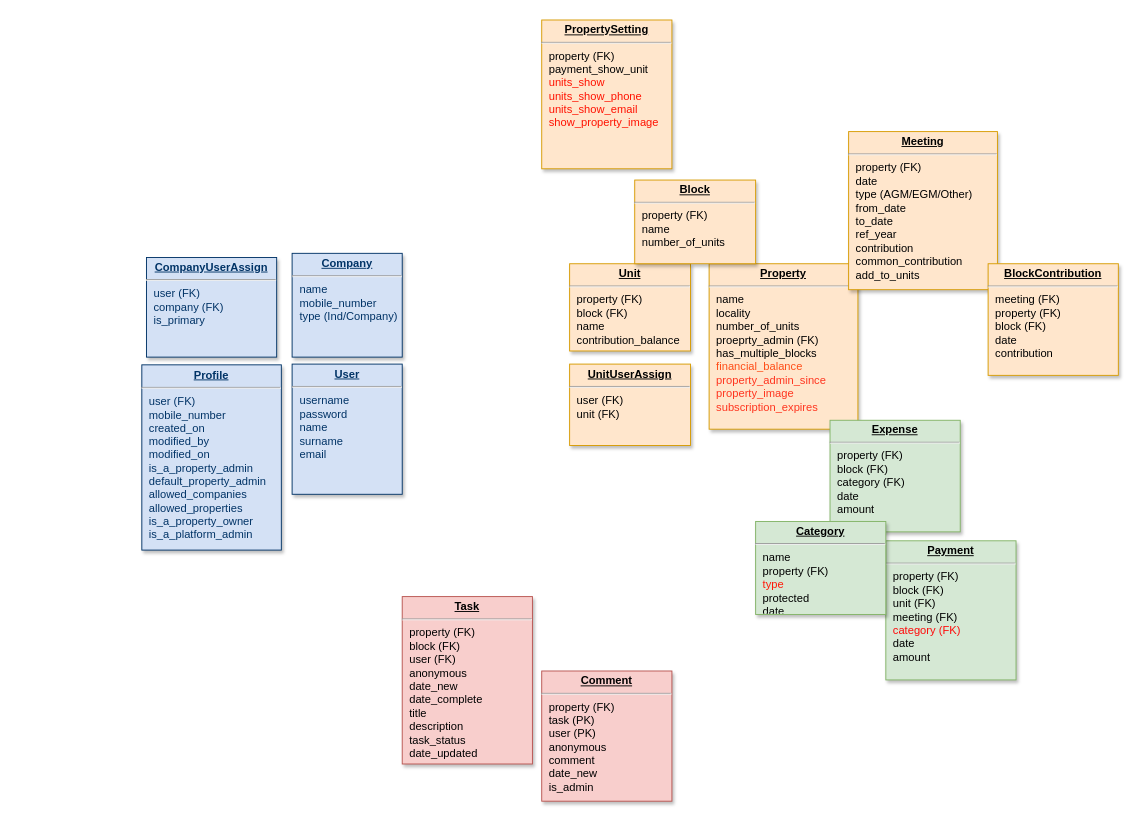
Above: Untitled Diagram.drawio in gilubilu/hello-world (draw.io), before the change. Source tidied: cells renumbered, new cells numbered last; positions are measured from the earlier drawing's top-left corner, leaving out a move shared by most shapes. Both pictures are drawn from the tidied source at 93%, with x=0, y=0 at pixel (141, 20).
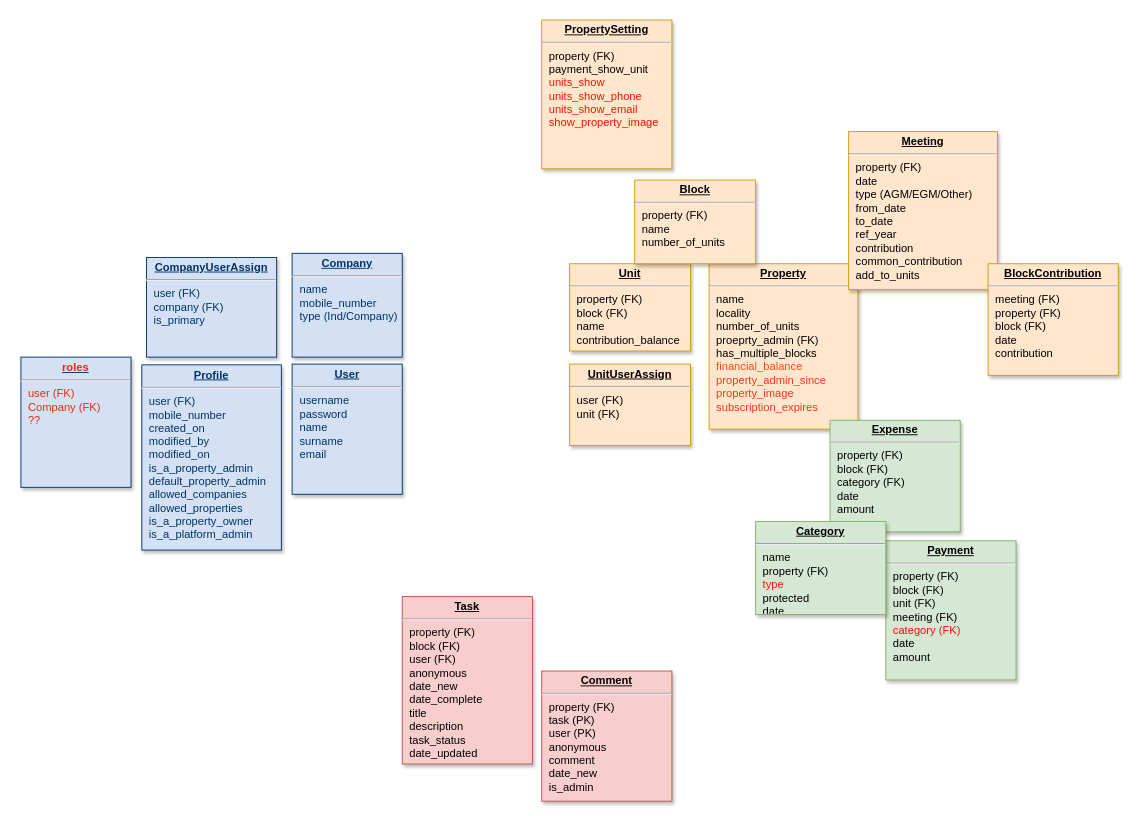
Above is the later version.

What changed in the source:
```diff
@@
 <mxGraphModel background="#ffffff">
   <root>
     <mxCell id="0" />
     <mxCell id="1" parent="0" />
     <mxCell id="2" value="&lt;p style=&quot;margin: 0px ; margin-top: 4px ; text-align: center ; text-decoration: underline&quot;&gt;&lt;b&gt;UnitUserAssign&lt;/b&gt;&lt;/p&gt;&lt;hr&gt;&lt;p style=&quot;margin: 0px ; margin-left: 8px&quot;&gt;user (FK)&lt;/p&gt;&lt;p style=&quot;margin: 0px ; margin-left: 8px&quot;&gt;unit (FK)&lt;/p&gt;" style="verticalAlign=top;align=left;overflow=fill;fontSize=12;fontFamily=Helvetica;html=1;strokeColor=#d79b00;shadow=1;fillColor=#ffe6cc;" parent="1" vertex="1">
       <mxGeometry x="460" y="370" width="130" height="87.5" as="geometry" />
     </mxCell>
     <mxCell id="3" value="&lt;p style=&quot;margin: 0px ; margin-top: 4px ; text-align: center ; text-decoration: underline&quot;&gt;&lt;strong&gt;Unit&lt;/strong&gt;&lt;/p&gt;&lt;hr&gt;&lt;p style=&quot;margin: 0px ; margin-left: 8px&quot;&gt;property (FK)&lt;/p&gt;&lt;p style=&quot;margin: 0px ; margin-left: 8px&quot;&gt;block (FK)&lt;/p&gt;&lt;p style=&quot;margin: 0px ; margin-left: 8px&quot;&gt;name&lt;/p&gt;&lt;p style=&quot;margin: 0px ; margin-left: 8px&quot;&gt;&lt;span&gt;contribution_balance&lt;/span&gt;&lt;br&gt;&lt;/p&gt;&lt;p style=&quot;margin: 0px ; margin-left: 8px&quot;&gt;&lt;br&gt;&lt;/p&gt;" style="verticalAlign=top;align=left;overflow=fill;fontSize=12;fontFamily=Helvetica;html=1;strokeColor=#d79b00;shadow=1;fillColor=#ffe6cc;" parent="1" vertex="1">
       <mxGeometry x="460" y="262.1" width="130" height="93.8" as="geometry" />
     </mxCell>
     <mxCell id="4" value="&lt;p style=&quot;margin: 0px ; margin-top: 4px ; text-align: center ; text-decoration: underline&quot;&gt;&lt;strong&gt;Property&lt;/strong&gt;&lt;/p&gt;&lt;hr&gt;&lt;p style=&quot;margin: 0px ; margin-left: 8px&quot;&gt;name&lt;/p&gt;&lt;p style=&quot;margin: 0px ; margin-left: 8px&quot;&gt;locality&lt;/p&gt;&lt;p style=&quot;margin: 0px ; margin-left: 8px&quot;&gt;number_of_units&lt;/p&gt;&lt;p style=&quot;margin: 0px ; margin-left: 8px&quot;&gt;proeprty_admin (FK)&lt;/p&gt;&lt;p style=&quot;margin: 0px ; margin-left: 8px&quot;&gt;&lt;span&gt;has_multiple_blocks&lt;/span&gt;&lt;br&gt;&lt;/p&gt;&lt;p style=&quot;margin: 0px ; margin-left: 8px&quot;&gt;&lt;font color=&quot;#ff4d17&quot;&gt;financial_balance&lt;/font&gt;&lt;/p&gt;&lt;p style=&quot;margin: 0px ; margin-left: 8px&quot;&gt;&lt;font color=&quot;#ff351f&quot;&gt;property_admin_since&lt;/font&gt;&lt;font color=&quot;#ff4d17&quot;&gt;&lt;br&gt;&lt;/font&gt;&lt;/p&gt;&lt;p style=&quot;margin: 0px ; margin-left: 8px&quot;&gt;&lt;font color=&quot;#ff351f&quot;&gt;property_image&lt;/font&gt;&lt;/p&gt;&lt;p style=&quot;margin: 0px ; margin-left: 8px&quot;&gt;&lt;font color=&quot;#ff351f&quot;&gt;subscription_expires&lt;/font&gt;&lt;/p&gt;" style="verticalAlign=top;align=left;overflow=fill;fontSize=12;fontFamily=Helvetica;html=1;strokeColor=#d79b00;shadow=1;fillColor=#ffe6cc;" parent="1" vertex="1">
       <mxGeometry x="610" y="262.1" width="160" height="177.9" as="geometry" />
     </mxCell>
     <mxCell id="5" value="&lt;p style=&quot;margin: 0px ; margin-top: 4px ; text-align: center ; text-decoration: underline&quot;&gt;&lt;strong&gt;Profile&lt;/strong&gt;&lt;/p&gt;&lt;hr&gt;&lt;p style=&quot;margin: 0px ; margin-left: 8px&quot;&gt;user (FK)&lt;/p&gt;&lt;p style=&quot;margin: 0px ; margin-left: 8px&quot;&gt;mobile_number&lt;/p&gt;&lt;p style=&quot;margin: 0px ; margin-left: 8px&quot;&gt;created_on&lt;/p&gt;&lt;p style=&quot;margin: 0px ; margin-left: 8px&quot;&gt;modified_by&lt;/p&gt;&lt;p style=&quot;margin: 0px ; margin-left: 8px&quot;&gt;modified_on&lt;/p&gt;&lt;p style=&quot;margin: 0px ; margin-left: 8px&quot;&gt;is_a_property_admin&lt;/p&gt;&lt;p style=&quot;margin: 0px ; margin-left: 8px&quot;&gt;default_property_admin&lt;br&gt;&lt;/p&gt;&lt;p style=&quot;margin: 0px ; margin-left: 8px&quot;&gt;allowed_companies&lt;/p&gt;&lt;p style=&quot;margin: 0px ; margin-left: 8px&quot;&gt;allowed_properties&lt;/p&gt;&lt;p style=&quot;margin: 0px ; margin-left: 8px&quot;&gt;is_a_property_owner&lt;/p&gt;&lt;p style=&quot;margin: 0px ; margin-left: 8px&quot;&gt;is_a_platform_admin&lt;/p&gt;" style="verticalAlign=top;align=left;overflow=fill;fontSize=12;fontFamily=Helvetica;html=1;strokeColor=#003366;shadow=1;fillColor=#D4E1F5;fontColor=#003366;direction=west;" parent="1" vertex="1">
       <mxGeometry y="370.8" width="150" height="199.2" as="geometry" />
     </mxCell>
     <mxCell id="6" value="&lt;p style=&quot;margin: 0px ; margin-top: 4px ; text-align: center ; text-decoration: underline&quot;&gt;&lt;b&gt;User&lt;/b&gt;&lt;/p&gt;&lt;hr&gt;&lt;p style=&quot;margin: 0px ; margin-left: 8px&quot;&gt;username&lt;/p&gt;&lt;p style=&quot;margin: 0px ; margin-left: 8px&quot;&gt;password&lt;/p&gt;&lt;p style=&quot;margin: 0px ; margin-left: 8px&quot;&gt;name&lt;/p&gt;&lt;p style=&quot;margin: 0px ; margin-left: 8px&quot;&gt;surname&lt;/p&gt;&lt;p style=&quot;margin: 0px ; margin-left: 8px&quot;&gt;email&lt;/p&gt;" style="verticalAlign=top;align=left;overflow=fill;fontSize=12;fontFamily=Helvetica;html=1;strokeColor=#003366;shadow=1;fillColor=#D4E1F5;fontColor=#003366;direction=south;" parent="1" vertex="1">
       <mxGeometry x="161.6" y="370" width="118.4" height="140" as="geometry" />
     </mxCell>
     <mxCell id="7" value="&lt;p style=&quot;margin: 0px ; margin-top: 4px ; text-align: center ; text-decoration: underline&quot;&gt;&lt;b&gt;Company&lt;/b&gt;&lt;/p&gt;&lt;hr&gt;&lt;p style=&quot;margin: 0px ; margin-left: 8px&quot;&gt;name&lt;/p&gt;&lt;p style=&quot;margin: 0px ; margin-left: 8px&quot;&gt;mobile_number&lt;/p&gt;&lt;p style=&quot;margin: 0px ; margin-left: 8px&quot;&gt;type (Ind/Company)&lt;/p&gt;" style="verticalAlign=top;align=left;overflow=fill;fontSize=12;fontFamily=Helvetica;html=1;strokeColor=#003366;shadow=1;fillColor=#D4E1F5;fontColor=#003366;direction=south;" parent="1" vertex="1">
       <mxGeometry x="161.6" y="250.9" width="118.4" height="111.6" as="geometry" />
     </mxCell>
     <mxCell id="8" value="&lt;p style=&quot;margin: 0px ; margin-top: 4px ; text-align: center ; text-decoration: underline&quot;&gt;&lt;b&gt;CompanyUserAssign&lt;/b&gt;&lt;/p&gt;&lt;hr&gt;&lt;p style=&quot;margin: 0px ; margin-left: 8px&quot;&gt;user (FK)&lt;/p&gt;&lt;p style=&quot;margin: 0px ; margin-left: 8px&quot;&gt;company (FK)&lt;/p&gt;&lt;p style=&quot;margin: 0px ; margin-left: 8px&quot;&gt;is_primary&lt;/p&gt;" style="verticalAlign=top;align=left;overflow=fill;fontSize=12;fontFamily=Helvetica;html=1;strokeColor=#003366;shadow=1;fillColor=#D4E1F5;fontColor=#003366;direction=east;" parent="1" vertex="1">
       <mxGeometry x="5" y="255.4" width="140" height="107.1" as="geometry" />
     </mxCell>
     <mxCell id="9" value="&lt;p style=&quot;margin: 0px ; margin-top: 4px ; text-align: center ; text-decoration: underline&quot;&gt;&lt;strong&gt;Meeting&lt;/strong&gt;&lt;/p&gt;&lt;hr&gt;&lt;p style=&quot;margin: 0px ; margin-left: 8px&quot;&gt;property (FK)&lt;/p&gt;&lt;p style=&quot;margin: 0px ; margin-left: 8px&quot;&gt;date&lt;/p&gt;&lt;p style=&quot;margin: 0px ; margin-left: 8px&quot;&gt;type (AGM/EGM/Other)&lt;/p&gt;&lt;p style=&quot;margin: 0px ; margin-left: 8px&quot;&gt;from_date&lt;/p&gt;&lt;p style=&quot;margin: 0px ; margin-left: 8px&quot;&gt;to_date&lt;/p&gt;&lt;p style=&quot;margin: 0px ; margin-left: 8px&quot;&gt;ref_year&lt;/p&gt;&lt;p style=&quot;margin: 0px ; margin-left: 8px&quot;&gt;contribution&lt;/p&gt;&lt;p style=&quot;margin: 0px ; margin-left: 8px&quot;&gt;common_contribution&lt;/p&gt;&lt;p style=&quot;margin: 0px ; margin-left: 8px&quot;&gt;add_to_units&lt;/p&gt;" style="verticalAlign=top;align=left;overflow=fill;fontSize=12;fontFamily=Helvetica;html=1;strokeColor=#d79b00;shadow=1;fillColor=#ffe6cc;direction=west;" parent="1" vertex="1">
       <mxGeometry x="760" y="120" width="160" height="170" as="geometry" />
     </mxCell>
     <mxCell id="10" value="&lt;p style=&quot;margin: 0px ; margin-top: 4px ; text-align: center ; text-decoration: underline&quot;&gt;&lt;strong&gt;BlockContribution&lt;/strong&gt;&lt;/p&gt;&lt;hr&gt;&lt;p style=&quot;margin: 0px ; margin-left: 8px&quot;&gt;meeting (FK)&lt;/p&gt;&lt;p style=&quot;margin: 0px ; margin-left: 8px&quot;&gt;property (FK)&lt;/p&gt;&lt;p style=&quot;margin: 0px ; margin-left: 8px&quot;&gt;block (FK)&lt;/p&gt;&lt;p style=&quot;margin: 0px ; margin-left: 8px&quot;&gt;date&lt;/p&gt;&lt;p style=&quot;margin: 0px ; margin-left: 8px&quot;&gt;contribution&lt;br&gt;&lt;/p&gt;" style="verticalAlign=top;align=left;overflow=fill;fontSize=12;fontFamily=Helvetica;html=1;strokeColor=#d79b00;shadow=1;fillColor=#ffe6cc;direction=west;" parent="1" vertex="1">
       <mxGeometry x="910" y="262.1" width="140" height="120" as="geometry" />
     </mxCell>
     <mxCell id="11" value="&lt;p style=&quot;margin: 0px ; margin-top: 4px ; text-align: center ; text-decoration: underline&quot;&gt;&lt;strong&gt;Block&lt;/strong&gt;&lt;/p&gt;&lt;hr&gt;&lt;p style=&quot;margin: 0px ; margin-left: 8px&quot;&gt;property (FK)&lt;/p&gt;&lt;p style=&quot;margin: 0px ; margin-left: 8px&quot;&gt;name&lt;/p&gt;&lt;p style=&quot;margin: 0px ; margin-left: 8px&quot;&gt;number_of_units&lt;/p&gt;&lt;p style=&quot;margin: 0px ; margin-left: 8px&quot;&gt;&lt;br&gt;&lt;/p&gt;" style="verticalAlign=top;align=left;overflow=fill;fontSize=12;fontFamily=Helvetica;html=1;strokeColor=#d79b00;shadow=1;fillColor=#ffe6cc;direction=west;" parent="1" vertex="1">
       <mxGeometry x="530" y="172.1" width="130" height="90" as="geometry" />
     </mxCell>
     <mxCell id="12" value="&lt;p style=&quot;margin: 0px ; margin-top: 4px ; text-align: center ; text-decoration: underline&quot;&gt;&lt;strong&gt;Payment&lt;/strong&gt;&lt;/p&gt;&lt;hr&gt;&lt;p style=&quot;margin: 0px ; margin-left: 8px&quot;&gt;&lt;span&gt;property (FK)&lt;/span&gt;&lt;br&gt;&lt;/p&gt;&lt;p style=&quot;margin: 0px ; margin-left: 8px&quot;&gt;&lt;span&gt;block (FK)&lt;/span&gt;&lt;/p&gt;&lt;p style=&quot;margin: 0px ; margin-left: 8px&quot;&gt;&lt;span&gt;unit (FK)&lt;/span&gt;&lt;/p&gt;&lt;p style=&quot;margin: 0px ; margin-left: 8px&quot;&gt;meeting (FK)&lt;/p&gt;&lt;p style=&quot;margin: 0px ; margin-left: 8px&quot;&gt;&lt;font color=&quot;#ff0a0a&quot;&gt;category (FK)&lt;/font&gt;&lt;/p&gt;&lt;p style=&quot;margin: 0px ; margin-left: 8px&quot;&gt;date&lt;span&gt;&lt;br&gt;&lt;/span&gt;&lt;/p&gt;&lt;p style=&quot;margin: 0px ; margin-left: 8px&quot;&gt;&lt;span&gt;amount&lt;/span&gt;&lt;/p&gt;" style="verticalAlign=top;align=left;overflow=fill;fontSize=12;fontFamily=Helvetica;html=1;strokeColor=#82b366;shadow=1;fillColor=#d5e8d4;direction=west;" parent="1" vertex="1">
       <mxGeometry x="800" y="560" width="140" height="149.6" as="geometry" />
     </mxCell>
     <mxCell id="13" value="&lt;p style=&quot;margin: 0px ; margin-top: 4px ; text-align: center ; text-decoration: underline&quot;&gt;&lt;strong&gt;Expense&lt;/strong&gt;&lt;/p&gt;&lt;hr&gt;&lt;p style=&quot;margin: 0px ; margin-left: 8px&quot;&gt;&lt;span&gt;property (FK)&lt;/span&gt;&lt;/p&gt;&lt;p style=&quot;margin: 0px ; margin-left: 8px&quot;&gt;&lt;span&gt;block (FK)&lt;/span&gt;&lt;/p&gt;&lt;p style=&quot;margin: 0px ; margin-left: 8px&quot;&gt;category (FK)&lt;/p&gt;&lt;p style=&quot;margin: 0px ; margin-left: 8px&quot;&gt;date&lt;/p&gt;&lt;p style=&quot;margin: 0px ; margin-left: 8px&quot;&gt;&lt;span&gt;amount&lt;/span&gt;&lt;br&gt;&lt;/p&gt;&lt;p style=&quot;margin: 0px ; margin-left: 8px&quot;&gt;&lt;br&gt;&lt;/p&gt;" style="verticalAlign=top;align=left;overflow=fill;fontSize=12;fontFamily=Helvetica;html=1;strokeColor=#82b366;shadow=1;fillColor=#d5e8d4;direction=west;" parent="1" vertex="1">
       <mxGeometry x="740" y="430.4" width="140" height="120" as="geometry" />
     </mxCell>
     <mxCell id="14" value="&lt;p style=&quot;margin: 0px ; margin-top: 4px ; text-align: center ; text-decoration: underline&quot;&gt;&lt;strong&gt;Category&lt;/strong&gt;&lt;/p&gt;&lt;hr&gt;&lt;p style=&quot;margin: 0px ; margin-left: 8px&quot;&gt;name&lt;br&gt;&lt;/p&gt;&lt;p style=&quot;margin: 0px ; margin-left: 8px&quot;&gt;property (FK)&lt;/p&gt;&lt;p style=&quot;margin: 0px ; margin-left: 8px&quot;&gt;&lt;font color=&quot;#ff1808&quot;&gt;type&lt;/font&gt;&lt;/p&gt;&lt;p style=&quot;margin: 0px ; margin-left: 8px&quot;&gt;protected&lt;/p&gt;&lt;p style=&quot;margin: 0px ; margin-left: 8px&quot;&gt;date&lt;/p&gt;" style="verticalAlign=top;align=left;overflow=fill;fontSize=12;fontFamily=Helvetica;html=1;strokeColor=#82b366;shadow=1;fillColor=#d5e8d4;direction=west;" parent="1" vertex="1">
       <mxGeometry x="660" y="539.2" width="140" height="100" as="geometry" />
     </mxCell>
     <mxCell id="15" value="&lt;p style=&quot;margin: 0px ; margin-top: 4px ; text-align: center ; text-decoration: underline&quot;&gt;&lt;strong&gt;Task&lt;/strong&gt;&lt;/p&gt;&lt;hr&gt;&lt;p style=&quot;margin: 0px ; margin-left: 8px&quot;&gt;&lt;span&gt;property (FK)&lt;/span&gt;&lt;br&gt;&lt;/p&gt;&lt;p style=&quot;margin: 0px ; margin-left: 8px&quot;&gt;&lt;span&gt;block (FK)&lt;/span&gt;&lt;/p&gt;&lt;p style=&quot;margin: 0px ; margin-left: 8px&quot;&gt;&lt;span&gt;user (FK)&lt;/span&gt;&lt;/p&gt;&lt;p style=&quot;margin: 0px ; margin-left: 8px&quot;&gt;&lt;span&gt;anonymous&lt;/span&gt;&lt;/p&gt;&lt;p style=&quot;margin: 0px ; margin-left: 8px&quot;&gt;date_new&lt;/p&gt;&lt;p style=&quot;margin: 0px ; margin-left: 8px&quot;&gt;date_complete&lt;/p&gt;&lt;p style=&quot;margin: 0px ; margin-left: 8px&quot;&gt;title&lt;span&gt;&lt;br&gt;&lt;/span&gt;&lt;/p&gt;&lt;p style=&quot;margin: 0px ; margin-left: 8px&quot;&gt;&lt;span&gt;description&lt;/span&gt;&lt;/p&gt;&lt;p style=&quot;margin: 0px ; margin-left: 8px&quot;&gt;&lt;span&gt;task_status&lt;/span&gt;&lt;/p&gt;&lt;p style=&quot;margin: 0px ; margin-left: 8px&quot;&gt;&lt;span&gt;date_updated&lt;/span&gt;&lt;/p&gt;" style="verticalAlign=top;align=left;overflow=fill;fontSize=12;fontFamily=Helvetica;html=1;strokeColor=#b85450;shadow=1;fillColor=#f8cecc;direction=west;" parent="1" vertex="1">
       <mxGeometry x="280" y="620" width="140" height="180" as="geometry" />
     </mxCell>
     <mxCell id="16" value="&lt;p style=&quot;margin: 0px ; margin-top: 4px ; text-align: center ; text-decoration: underline&quot;&gt;&lt;b&gt;Comment&lt;/b&gt;&lt;/p&gt;&lt;hr&gt;&lt;p style=&quot;margin: 0px ; margin-left: 8px&quot;&gt;&lt;span&gt;property (FK)&lt;/span&gt;&lt;br&gt;&lt;/p&gt;&lt;p style=&quot;margin: 0px ; margin-left: 8px&quot;&gt;&lt;span&gt;task (PK)&lt;/span&gt;&lt;/p&gt;&lt;p style=&quot;margin: 0px ; margin-left: 8px&quot;&gt;&lt;span&gt;user (PK)&lt;/span&gt;&lt;/p&gt;&lt;p style=&quot;margin: 0px ; margin-left: 8px&quot;&gt;&lt;span&gt;anonymous&lt;/span&gt;&lt;/p&gt;&lt;p style=&quot;margin: 0px ; margin-left: 8px&quot;&gt;&lt;span&gt;comment&lt;/span&gt;&lt;/p&gt;&lt;p style=&quot;margin: 0px ; margin-left: 8px&quot;&gt;&lt;span&gt;date_new&lt;/span&gt;&lt;/p&gt;&lt;p style=&quot;margin: 0px ; margin-left: 8px&quot;&gt;&lt;span&gt;is_admin&lt;/span&gt;&lt;/p&gt;&lt;p style=&quot;margin: 0px ; margin-left: 8px&quot;&gt;&lt;span&gt;&lt;br&gt;&lt;/span&gt;&lt;/p&gt;" style="verticalAlign=top;align=left;overflow=fill;fontSize=12;fontFamily=Helvetica;html=1;strokeColor=#b85450;shadow=1;fillColor=#f8cecc;direction=west;" parent="1" vertex="1">
       <mxGeometry x="430" y="700" width="140" height="140" as="geometry" />
     </mxCell>
     <mxCell id="17" value="&lt;p style=&quot;margin: 0px ; margin-top: 4px ; text-align: center ; text-decoration: underline&quot;&gt;&lt;strong&gt;PropertySetting&lt;/strong&gt;&lt;/p&gt;&lt;hr&gt;&lt;p style=&quot;margin: 0px ; margin-left: 8px&quot;&gt;property (FK)&lt;/p&gt;&lt;p style=&quot;margin: 0px ; margin-left: 8px&quot;&gt;payment_show_unit&lt;/p&gt;&lt;p style=&quot;margin: 0px ; margin-left: 8px&quot;&gt;&lt;font color=&quot;#ff1100&quot;&gt;units_show&lt;/font&gt;&lt;/p&gt;&lt;p style=&quot;margin: 0px ; margin-left: 8px&quot;&gt;&lt;font color=&quot;#ff1100&quot;&gt;units_show_phone&lt;/font&gt;&lt;/p&gt;&lt;p style=&quot;margin: 0px ; margin-left: 8px&quot;&gt;&lt;font color=&quot;#ff1100&quot;&gt;units_show_email&lt;/font&gt;&lt;/p&gt;&lt;p style=&quot;margin: 0px ; margin-left: 8px&quot;&gt;&lt;font color=&quot;#ff1100&quot;&gt;show_property_image&lt;/font&gt;&lt;/p&gt;" style="verticalAlign=top;align=left;overflow=fill;fontSize=12;fontFamily=Helvetica;html=1;strokeColor=#d79b00;shadow=1;fillColor=#ffe6cc;direction=west;" parent="1" vertex="1">
       <mxGeometry x="430" width="140" height="160" as="geometry" />
     </mxCell>
+    <mxCell id="18" value="&lt;p style=&quot;margin: 0px ; margin-top: 4px ; text-align: center ; text-decoration: underline&quot;&gt;&lt;b&gt;&lt;font color=&quot;#e32d09&quot;&gt;roles&lt;/font&gt;&lt;/b&gt;&lt;/p&gt;&lt;hr&gt;&lt;p style=&quot;margin: 0px ; margin-left: 8px&quot;&gt;&lt;font color=&quot;#e32d09&quot;&gt;user (FK)&lt;/font&gt;&lt;/p&gt;&lt;p style=&quot;margin: 0px ; margin-left: 8px&quot;&gt;&lt;font color=&quot;#e32d09&quot;&gt;Company (FK)&lt;/font&gt;&lt;/p&gt;&lt;p style=&quot;margin: 0px ; margin-left: 8px&quot;&gt;&lt;font color=&quot;#e32d09&quot;&gt;??&lt;/font&gt;&lt;/p&gt;&lt;p style=&quot;margin: 0px ; margin-left: 8px&quot;&gt;&lt;br&gt;&lt;/p&gt;" style="verticalAlign=top;align=left;overflow=fill;fontSize=12;fontFamily=Helvetica;html=1;strokeColor=#003366;shadow=1;fillColor=#D4E1F5;fontColor=#003366;direction=south;" parent="1" vertex="1">
+      <mxGeometry x="-130" y="362.5" width="118.4" height="140" as="geometry" />
+    </mxCell>
   </root>
 </mxGraphModel>
```
